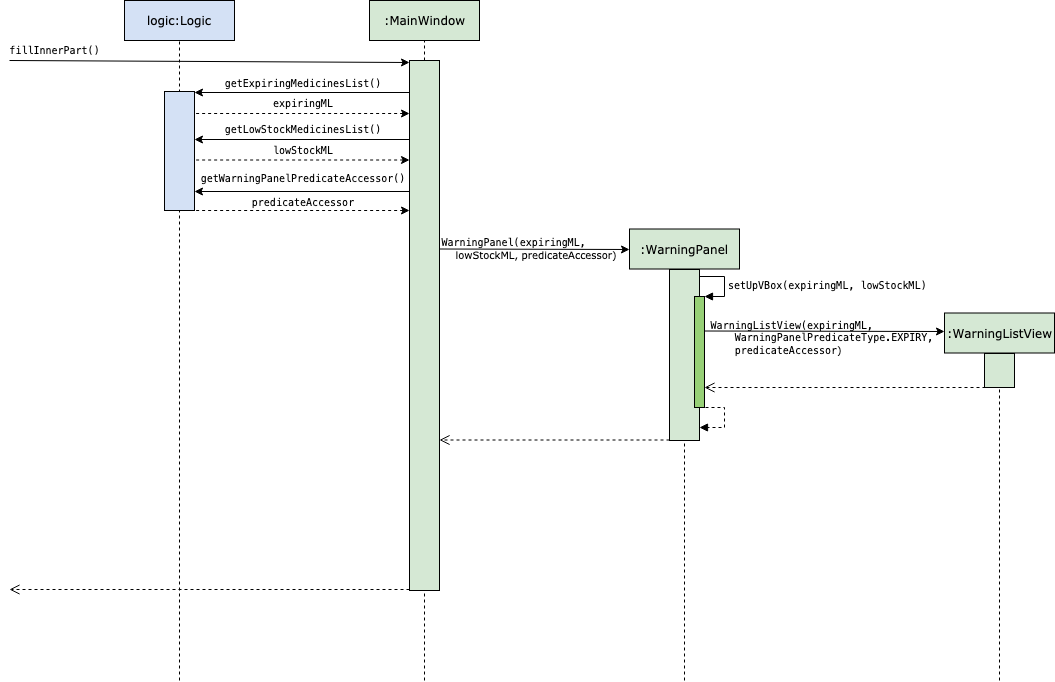
Above: docs/images/WarningPanelSequenceDiagram.png in nus-cs2103-AY1819S2/addressbook-level4 (draw.io), before the change. Source tidied: cells renumbered, new cells last; positions are measured from the earlier drawing's top-left corner, leaving out a move shared by most shapes.
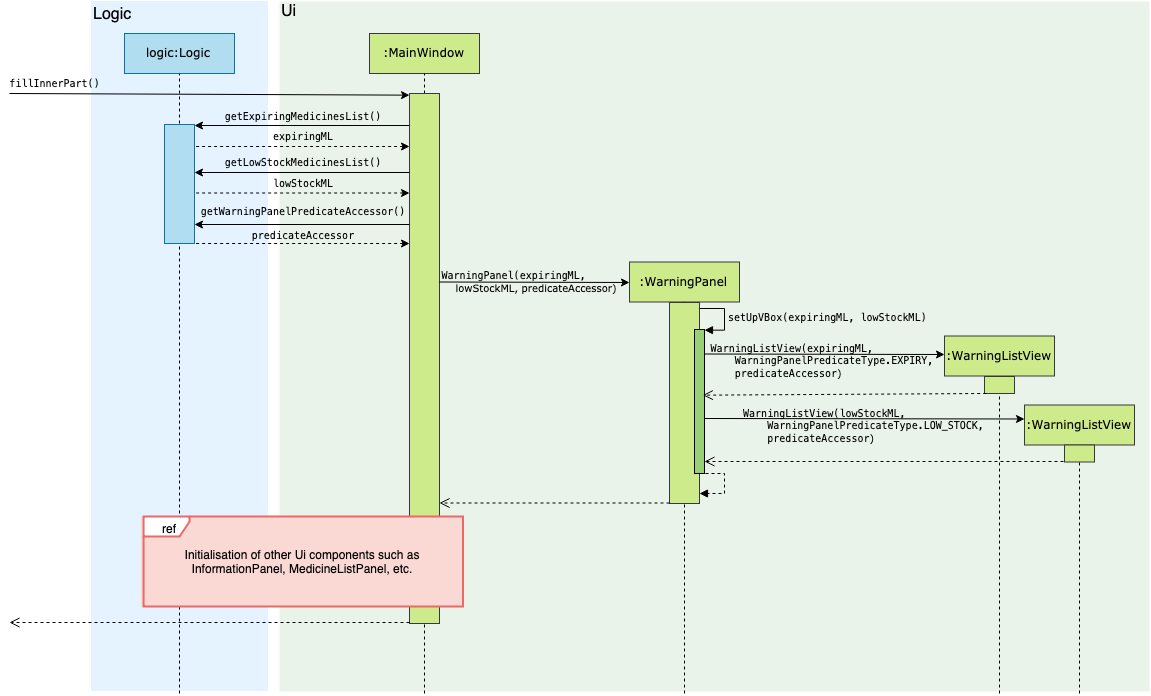
The same diagram one commit later.

The edit, as a diff of the source:
```diff
@@ -2,21 +2,30 @@
   <root>
     <mxCell id="0" />
     <mxCell id="1" parent="0" />
+    <mxCell id="41" style="rounded=0;whiteSpace=wrap;html=1;strokeWidth=2;fillColor=#d5e8d4;strokeColor=none;opacity=50;" parent="1" vertex="1">
+      <mxGeometry x="270" y="-32" width="870" height="690" as="geometry" />
+    </mxCell>
+    <mxCell id="42" value="&lt;p style=&quot;line-height: 100% ; font-size: 10px&quot;&gt;&lt;/p&gt;&lt;pre style=&quot;text-align: left ; font-size: 10px&quot;&gt;&lt;pre&gt;WarningListView&lt;span&gt;(lowStock&lt;/span&gt;ML&lt;span&gt;,&lt;br&gt;&lt;/span&gt;&lt;span&gt;    WarningPanelPredicateType&lt;/span&gt;&lt;span&gt;.&lt;/span&gt;&lt;span&gt;LOW_STOCK&lt;/span&gt;&lt;span&gt;, &lt;br&gt;&lt;/span&gt;    predicateAccessor&lt;span style=&quot;font-family: &amp;#34;verdana&amp;#34; ; white-space: normal&quot;&gt;)&lt;/span&gt;&lt;/pre&gt;&lt;/pre&gt;" style="text;html=1;strokeColor=none;fillColor=none;align=center;verticalAlign=middle;whiteSpace=wrap;rounded=0;fontFamily=Verdana;fontSize=10;horizontal=1;spacing=2;" parent="1" vertex="1">
+      <mxGeometry x="700" y="367" width="315" height="50" as="geometry" />
+    </mxCell>
+    <mxCell id="43" style="rounded=0;whiteSpace=wrap;html=1;strokeWidth=2;fillColor=#cce5ff;strokeColor=none;opacity=50;" parent="1" vertex="1">
+      <mxGeometry x="81.5" y="-32.5" width="177" height="690" as="geometry" />
+    </mxCell>
-    <mxCell id="2" value="logic:Logic" style="html=1;fillColor=#D4E1F5;fontFamily=Verdana;" parent="1" vertex="1">
+    <mxCell id="2" value="logic:Logic" style="html=1;fillColor=#b1ddf0;fontFamily=Verdana;strokeColor=#10739e;" parent="1" vertex="1">
       <mxGeometry x="115" width="110" height="40" as="geometry" />
     </mxCell>
     <mxCell id="3" style="endArrow=none;dashed=1;html=1;entryX=0.5;entryY=1;entryDx=0;entryDy=0;fontFamily=Verdana;" parent="1" edge="1" target="2">
       <mxGeometry relative="1" as="geometry">
-        <mxPoint x="170" y="680" as="sourcePoint" />
+        <mxPoint x="170" y="660" as="sourcePoint" />
       </mxGeometry>
     </mxCell>
-    <mxCell id="4" value=":MainWindow" style="html=1;fillColor=#D5E8D4;fontFamily=Verdana;" parent="1" vertex="1">
+    <mxCell id="4" value=":MainWindow" style="html=1;fillColor=#cdeb8b;fontFamily=Verdana;strokeColor=#36393d;" parent="1" vertex="1">
       <mxGeometry x="360" width="110" height="40" as="geometry" />
     </mxCell>
     <mxCell id="5" style="endArrow=none;dashed=1;html=1;entryX=0.5;entryY=1;entryDx=0;entryDy=0;fontFamily=Verdana;" parent="1" edge="1" source="8" target="4">
       <mxGeometry relative="1" as="geometry" />
     </mxCell>
-    <mxCell id="6" style="rounded=0;whiteSpace=wrap;html=1;fillColor=#D4E1F5;fontFamily=Verdana;" parent="1" vertex="1">
+    <mxCell id="6" style="rounded=0;whiteSpace=wrap;html=1;fillColor=#b1ddf0;fontFamily=Verdana;strokeColor=#10739e;" parent="1" vertex="1">
       <mxGeometry x="155" y="91" width="30" height="119" as="geometry" />
     </mxCell>
     <mxCell id="7" style="endArrow=classic;html=1;entryX=0;entryY=0.003;entryDx=0;entryDy=0;entryPerimeter=0;fontFamily=Verdana;" parent="1" edge="1" target="8">
@@ -24,12 +33,12 @@
         <mxPoint y="60" as="sourcePoint" />
       </mxGeometry>
     </mxCell>
-    <mxCell id="8" style="rounded=0;whiteSpace=wrap;html=1;fillColor=#D5E8D4;fontFamily=Verdana;" parent="1" vertex="1">
+    <mxCell id="8" style="rounded=0;whiteSpace=wrap;html=1;fillColor=#cdeb8b;fontFamily=Verdana;strokeColor=#36393d;" parent="1" vertex="1">
       <mxGeometry x="400" y="60" width="30" height="530" as="geometry" />
     </mxCell>
     <mxCell id="9" style="endArrow=none;dashed=1;html=1;entryX=0.5;entryY=1;entryDx=0;entryDy=0;fontFamily=Verdana;" parent="1" edge="1" target="8">
       <mxGeometry relative="1" as="geometry">
-        <mxPoint x="415" y="680" as="sourcePoint" />
+        <mxPoint x="415" y="660" as="sourcePoint" />
       </mxGeometry>
     </mxCell>
     <mxCell id="10" value="fillInnerPart()" style="text;html=1;strokeColor=none;fillColor=none;align=center;verticalAlign=middle;whiteSpace=wrap;rounded=0;fontFamily=monospace;fontSize=10;" parent="1" vertex="1">
@@ -98,24 +107,24 @@
     <mxCell id="24" value="&lt;p style=&quot;line-height: 100% ; font-size: 10px&quot;&gt;&lt;/p&gt;&lt;pre style=&quot;text-align: left ; font-size: 10px&quot;&gt;&lt;font style=&quot;font-size: 10px&quot;&gt;WarningPanel(expiringML, &lt;br/&gt;&lt;/font&gt;&lt;font style=&quot;font-family: &amp;#34;verdana&amp;#34; ; white-space: normal&quot;&gt;&amp;nbsp; &amp;nbsp;&amp;nbsp;&lt;/font&gt;&lt;font style=&quot;font-family: &amp;#34;verdana&amp;#34; ; white-space: normal&quot;&gt;lowStockML, &lt;/font&gt;&lt;span style=&quot;font-family: &amp;#34;verdana&amp;#34; ; white-space: normal&quot;&gt;predicateAccessor)&lt;/span&gt;&lt;/pre&gt;&lt;p style=&quot;font-size: 10px&quot;&gt;&lt;/p&gt;" style="text;html=1;strokeColor=none;fillColor=none;align=center;verticalAlign=middle;whiteSpace=wrap;rounded=0;fontFamily=Verdana;fontSize=10;horizontal=1;spacing=2;" parent="1" vertex="1">
       <mxGeometry x="430" y="232" width="180" height="33" as="geometry" />
     </mxCell>
-    <mxCell id="25" value=":WarningPanel" style="html=1;fillColor=#D5E8D4;fontFamily=Verdana;" parent="1" vertex="1">
+    <mxCell id="25" value=":WarningPanel" style="html=1;fillColor=#cdeb8b;fontFamily=Verdana;strokeColor=#36393d;" parent="1" vertex="1">
       <mxGeometry x="620" y="228.5" width="110" height="40" as="geometry" />
     </mxCell>
     <mxCell id="26" style="endArrow=none;dashed=1;html=1;entryX=0.5;entryY=1;entryDx=0;entryDy=0;fontFamily=Verdana;" parent="1" edge="1" source="27" target="25">
       <mxGeometry relative="1" as="geometry" />
     </mxCell>
-    <mxCell id="27" style="rounded=0;whiteSpace=wrap;html=1;fillColor=#D5E8D4;fontFamily=Verdana;" parent="1" vertex="1">
-      <mxGeometry x="660" y="269" width="30" height="171" as="geometry" />
+    <mxCell id="27" style="rounded=0;whiteSpace=wrap;html=1;fillColor=#cdeb8b;fontFamily=Verdana;strokeColor=#36393d;" parent="1" vertex="1">
+      <mxGeometry x="660" y="269" width="30" height="201" as="geometry" />
     </mxCell>
     <mxCell id="28" style="endArrow=none;dashed=1;html=1;entryX=0.5;entryY=1;entryDx=0;entryDy=0;fontFamily=Verdana;" parent="1" edge="1" target="27">
       <mxGeometry relative="1" as="geometry">
-        <mxPoint x="675" y="680" as="sourcePoint" />
+        <mxPoint x="675" y="660" as="sourcePoint" />
       </mxGeometry>
     </mxCell>
     <mxCell id="29" style="html=1;points=[];perimeter=orthogonalPerimeter;fillColor=#97D077;fontFamily=Verdana;fontSize=10;align=center;" parent="1" vertex="1">
-      <mxGeometry x="685" y="296" width="10" height="111" as="geometry" />
+      <mxGeometry x="685" y="296" width="10" height="144" as="geometry" />
     </mxCell>
-    <mxCell id="30" value="&lt;font face=&quot;monospace&quot;&gt;setUpVBox(expiringML, lowStockML)&lt;/font&gt;" style="edgeStyle=orthogonalEdgeStyle;html=1;align=left;spacingLeft=2;endArrow=block;rounded=0;entryX=1;entryY=0;fontFamily=Verdana;fontSize=10;" parent="1" edge="1" target="29">
+    <mxCell id="30" value="&lt;font face=&quot;monospace&quot;&gt;setUpVBox(expiringML, lowStockML)&lt;/font&gt;" style="edgeStyle=orthogonalEdgeStyle;html=1;align=left;spacingLeft=2;endArrow=block;rounded=0;entryX=1;entryY=0;fontFamily=Verdana;fontSize=10;labelBackgroundColor=none;" parent="1" edge="1" target="29">
       <mxGeometry relative="1" as="geometry">
         <mxPoint x="690" y="275.5" as="sourcePoint" />
         <Array as="points">
@@ -125,44 +134,36 @@
     </mxCell>
     <mxCell id="31" style="endArrow=none;html=1;fontFamily=Verdana;startArrow=classic;startFill=1;endFill=0;" parent="1" edge="1">
       <mxGeometry relative="1" as="geometry">
-        <mxPoint x="935" y="331" as="sourcePoint" />
-        <mxPoint x="695" y="330.5" as="targetPoint" />
+        <mxPoint x="935" y="321" as="sourcePoint" />
+        <mxPoint x="695" y="320.5" as="targetPoint" />
       </mxGeometry>
     </mxCell>
     <mxCell id="32" value="&lt;p style=&quot;line-height: 100% ; font-size: 10px&quot;&gt;&lt;/p&gt;&lt;pre style=&quot;text-align: left ; font-size: 10px&quot;&gt;&lt;pre&gt;WarningListView&lt;span&gt;(&lt;/span&gt;expiringML&lt;span&gt;,&lt;br&gt;&lt;/span&gt;&lt;span&gt;    WarningPanelPredicateType&lt;/span&gt;&lt;span&gt;.&lt;/span&gt;&lt;span&gt;EXPIRY&lt;/span&gt;&lt;span&gt;, &lt;br&gt;&lt;/span&gt;    predicateAccessor&lt;span style=&quot;font-family: &amp;#34;verdana&amp;#34; ; white-space: normal&quot;&gt;)&lt;/span&gt;&lt;/pre&gt;&lt;/pre&gt;" style="text;html=1;strokeColor=none;fillColor=none;align=center;verticalAlign=middle;whiteSpace=wrap;rounded=0;fontFamily=Verdana;fontSize=10;horizontal=1;spacing=2;" parent="1" vertex="1">
-      <mxGeometry x="695" y="312.5" width="240" height="50" as="geometry" />
+      <mxGeometry x="695" y="302.5" width="240" height="50" as="geometry" />
     </mxCell>
-    <mxCell id="33" value=":WarningListView" style="html=1;fillColor=#D5E8D4;fontFamily=Verdana;" parent="1" vertex="1">
-      <mxGeometry x="935" y="312.5" width="110" height="40" as="geometry" />
+    <mxCell id="33" value=":WarningListView" style="html=1;fillColor=#cdeb8b;fontFamily=Verdana;strokeColor=#36393d;" parent="1" vertex="1">
+      <mxGeometry x="935" y="302.5" width="110" height="40" as="geometry" />
     </mxCell>
     <mxCell id="34" style="endArrow=none;dashed=1;html=1;entryX=0.5;entryY=1;entryDx=0;entryDy=0;fontFamily=Verdana;" parent="1" edge="1" source="35" target="33">
       <mxGeometry relative="1" as="geometry" />
     </mxCell>
-    <mxCell id="35" style="rounded=0;whiteSpace=wrap;html=1;fillColor=#D5E8D4;fontFamily=Verdana;" parent="1" vertex="1">
-      <mxGeometry x="975" y="353" width="30" height="34" as="geometry" />
+    <mxCell id="35" style="rounded=0;whiteSpace=wrap;html=1;fillColor=#cdeb8b;fontFamily=Verdana;strokeColor=#36393d;" parent="1" vertex="1">
+      <mxGeometry x="975" y="343" width="30" height="17" as="geometry" />
     </mxCell>
     <mxCell id="36" style="endArrow=none;dashed=1;html=1;entryX=0.5;entryY=1;entryDx=0;entryDy=0;fontFamily=Verdana;" parent="1" edge="1" target="35">
       <mxGeometry relative="1" as="geometry">
-        <mxPoint x="990" y="680" as="sourcePoint" />
+        <mxPoint x="990" y="660" as="sourcePoint" />
       </mxGeometry>
     </mxCell>
-    <mxCell id="37" style="html=1;verticalAlign=bottom;endArrow=open;dashed=1;endSize=8;fontFamily=Verdana;fontSize=10;entryX=1.3;entryY=0.82;entryDx=0;entryDy=0;entryPerimeter=0;exitX=0.033;exitY=1;exitDx=0;exitDy=0;exitPerimeter=0;" parent="1" edge="1" source="35">
-      <mxGeometry relative="1" as="geometry">
-        <mxPoint x="695" y="387" as="targetPoint" />
-      </mxGeometry>
+    <mxCell id="37" style="html=1;verticalAlign=bottom;endArrow=open;dashed=1;endSize=8;fontFamily=Verdana;fontSize=10;exitX=0.033;exitY=1;exitDx=0;exitDy=0;exitPerimeter=0;entryX=0.9;entryY=0.451;entryDx=0;entryDy=0;entryPerimeter=0;" parent="1" edge="1" source="35" target="29">
+      <mxGeometry relative="1" as="geometry" />
     </mxCell>
-    <mxCell id="38" style="html=1;verticalAlign=bottom;endArrow=open;dashed=1;endSize=8;fontFamily=Verdana;fontSize=10;" parent="1" edge="1">
-      <mxGeometry relative="1" as="geometry">
-        <mxPoint x="660" y="439.5" as="sourcePoint" />
-        <mxPoint x="430" y="439.5" as="targetPoint" />
-      </mxGeometry>
-    </mxCell>
     <mxCell id="39" style="edgeStyle=orthogonalEdgeStyle;html=1;align=left;spacingLeft=2;endArrow=block;rounded=0;fontFamily=Verdana;fontSize=10;dashed=1;" parent="1" edge="1" target="27">
       <mxGeometry relative="1" as="geometry">
-        <mxPoint x="690" y="406.5" as="sourcePoint" />
+        <mxPoint x="690" y="440" as="sourcePoint" />
         <Array as="points">
-          <mxPoint x="715" y="407" />
-          <mxPoint x="715" y="427" />
+          <mxPoint x="715" y="440" />
+          <mxPoint x="715" y="460" />
         </Array>
       </mxGeometry>
     </mxCell>
@@ -172,5 +173,52 @@
         <mxPoint y="589" as="targetPoint" />
       </mxGeometry>
     </mxCell>
+    <mxCell id="44" style="group;" parent="1" vertex="1">
+      <mxGeometry x="131.5" y="483" width="322" height="90" as="geometry" />
+    </mxCell>
+    <mxCell id="45" value="Initialisation of other Ui components such as InformationPanel, MedicineListPanel, etc." style="text;html=1;strokeColor=none;fillColor=#fad9d5;align=center;verticalAlign=middle;whiteSpace=wrap;rounded=0;" parent="44" vertex="1">
+      <mxGeometry width="322" height="90" as="geometry" />
+    </mxCell>
+    <mxCell id="46" value="&lt;div style=&quot;text-align: left&quot;&gt;&lt;span&gt;ref&lt;/span&gt;&lt;/div&gt;" style="shape=umlFrame;whiteSpace=wrap;html=1;width=46;height=20;fillColor=#ffffff;strokeColor=#EA6B66;strokeWidth=2;" parent="44" vertex="1">
+      <mxGeometry x="2.6" width="319.4" height="90" as="geometry" />
+    </mxCell>
+    <mxCell id="47" value="Ui" style="text;html=1;strokeColor=none;fillColor=none;align=left;verticalAlign=middle;whiteSpace=wrap;rounded=0;opacity=60;fontSize=16;" parent="1" vertex="1">
+      <mxGeometry x="270" y="-32.5" width="40" height="20" as="geometry" />
+    </mxCell>
+    <mxCell id="48" value="Logic" style="text;html=1;strokeColor=none;fillColor=none;align=left;verticalAlign=middle;whiteSpace=wrap;rounded=0;opacity=60;fontSize=16;" parent="1" vertex="1">
+      <mxGeometry x="81.5" y="-30" width="40" height="20" as="geometry" />
+    </mxCell>
+    <mxCell id="49" value=":WarningListView" style="html=1;fillColor=#cdeb8b;fontFamily=Verdana;strokeColor=#36393d;" parent="1" vertex="1">
+      <mxGeometry x="1015" y="371.5" width="110" height="40" as="geometry" />
+    </mxCell>
+    <mxCell id="50" style="endArrow=none;dashed=1;html=1;entryX=0.5;entryY=1;entryDx=0;entryDy=0;fontFamily=Verdana;" parent="1" edge="1" source="52" target="49">
+      <mxGeometry relative="1" as="geometry" />
+    </mxCell>
+    <mxCell id="38" style="html=1;verticalAlign=bottom;endArrow=open;dashed=1;endSize=8;fontFamily=Verdana;fontSize=10;" parent="1" edge="1">
+      <mxGeometry relative="1" as="geometry">
+        <mxPoint x="660" y="469.5" as="sourcePoint" />
+        <mxPoint x="430" y="469.5" as="targetPoint" />
+      </mxGeometry>
+    </mxCell>
+    <mxCell id="51" style="html=1;verticalAlign=bottom;endArrow=open;dashed=1;endSize=8;fontFamily=Verdana;fontSize=10;entryX=0.9;entryY=0.451;entryDx=0;entryDy=0;entryPerimeter=0;" parent="1" edge="1">
+      <mxGeometry relative="1" as="geometry">
+        <mxPoint x="1060" y="428" as="sourcePoint" />
+        <mxPoint x="695" y="428" as="targetPoint" />
+      </mxGeometry>
+    </mxCell>
+    <mxCell id="52" style="rounded=0;whiteSpace=wrap;html=1;fillColor=#cdeb8b;fontFamily=Verdana;strokeColor=#36393d;" parent="1" vertex="1">
+      <mxGeometry x="1055" y="411.5" width="30" height="17" as="geometry" />
+    </mxCell>
+    <mxCell id="53" style="endArrow=none;dashed=1;html=1;entryX=0.5;entryY=1;entryDx=0;entryDy=0;fontFamily=Verdana;" parent="1" edge="1">
+      <mxGeometry relative="1" as="geometry">
+        <mxPoint x="1070" y="660" as="sourcePoint" />
+        <mxPoint x="1070" y="428.5" as="targetPoint" />
+      </mxGeometry>
+    </mxCell>
+    <mxCell id="54" style="endArrow=none;html=1;fontFamily=Verdana;startArrow=classic;startFill=1;endFill=0;entryX=1;entryY=0.618;entryDx=0;entryDy=0;entryPerimeter=0;" parent="1" edge="1" target="29">
+      <mxGeometry relative="1" as="geometry">
+        <mxPoint x="1015" y="385.5" as="sourcePoint" />
+      </mxGeometry>
+    </mxCell>
   </root>
 </mxGraphModel>
```
